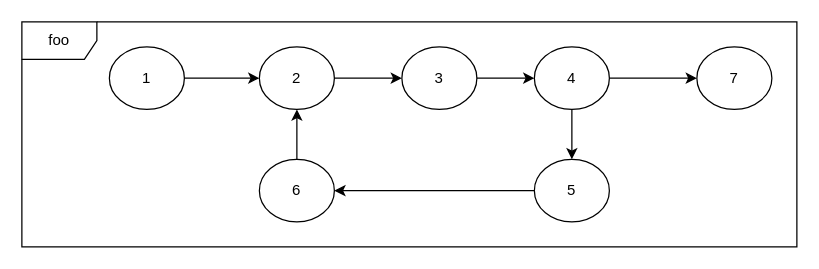
Above: flow_data.drawio in petkapou/DIP_diagrams (draw.io), before the change. Source tidied: cells renumbered, new cells numbered last; positions are measured from the earlier drawing's top-left corner, leaving out a move shared by most shapes. Both pictures are drawn from the tidied source at 125%, with x=0, y=0 at pixel (21, 21).
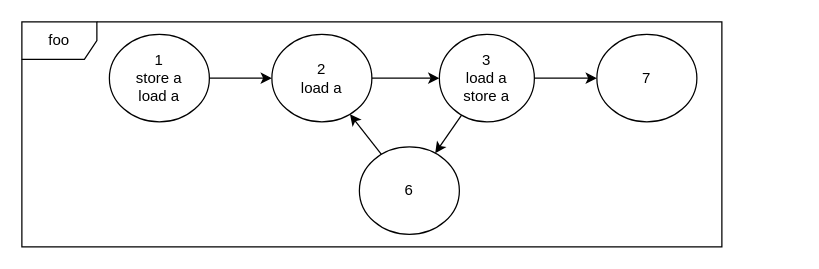
The same diagram, later.

What changed in the source:
```diff
@@
 <mxGraphModel>
   <root>
     <mxCell id="0" />
     <mxCell id="1" parent="0" />
     <mxCell id="2" value="foo" style="shape=umlFrame;whiteSpace=wrap;html=1;" parent="1" vertex="1">
-      <mxGeometry width="620" height="180" as="geometry" />
+      <mxGeometry width="560" height="180" as="geometry" />
     </mxCell>
-    <mxCell id="3" value="1" style="ellipse;whiteSpace=wrap;html=1;" parent="1" vertex="1">
-      <mxGeometry x="70" y="20" width="60" height="50" as="geometry" />
+    <mxCell id="3" value="1&lt;br&gt;store a&lt;br&gt;load a" style="ellipse;whiteSpace=wrap;html=1;" parent="1" vertex="1">
+      <mxGeometry x="70" y="10" width="80" height="70" as="geometry" />
     </mxCell>
     <mxCell id="4" value="6" style="ellipse;whiteSpace=wrap;html=1;" parent="1" vertex="1">
-      <mxGeometry x="190" y="110" width="60" height="50" as="geometry" />
+      <mxGeometry x="270" y="100" width="80" height="70" as="geometry" />
     </mxCell>
-    <mxCell id="5" value="2" style="ellipse;whiteSpace=wrap;html=1;" parent="1" vertex="1">
-      <mxGeometry x="190" y="20" width="60" height="50" as="geometry" />
+    <mxCell id="5" value="2&lt;br&gt;load a" style="ellipse;whiteSpace=wrap;html=1;" parent="1" vertex="1">
+      <mxGeometry x="200" y="10" width="80" height="70" as="geometry" />
     </mxCell>
-    <mxCell id="6" value="4" style="ellipse;whiteSpace=wrap;html=1;" parent="1" vertex="1">
-      <mxGeometry x="410" y="20" width="60" height="50" as="geometry" />
-    </mxCell>
-    <mxCell id="7" value="5" style="ellipse;whiteSpace=wrap;html=1;" parent="1" vertex="1">
-      <mxGeometry x="410" y="110" width="60" height="50" as="geometry" />
-    </mxCell>
     <mxCell id="8" value="7" style="ellipse;whiteSpace=wrap;html=1;" parent="1" vertex="1">
-      <mxGeometry x="540" y="20" width="60" height="50" as="geometry" />
+      <mxGeometry x="460" y="10" width="80" height="70" as="geometry" />
     </mxCell>
-    <mxCell id="9" value="3" style="ellipse;whiteSpace=wrap;html=1;" parent="1" vertex="1">
-      <mxGeometry x="304" y="20" width="60" height="50" as="geometry" />
+    <mxCell id="9" value="3&lt;br&gt;load a&lt;br&gt;store a" style="ellipse;whiteSpace=wrap;html=1;" parent="1" vertex="1">
+      <mxGeometry x="334" y="10" width="76" height="70" as="geometry" />
     </mxCell>
     <mxCell id="10" style="endArrow=classic;html=1;rounded=0;" parent="1" edge="1" source="3" target="5">
       <mxGeometry relative="1" as="geometry" />
     </mxCell>
     <mxCell id="11" style="endArrow=classic;html=1;rounded=0;" parent="1" edge="1" source="5" target="9">
       <mxGeometry relative="1" as="geometry" />
     </mxCell>
     <mxCell id="12" style="endArrow=classic;html=1;rounded=0;" parent="1" edge="1" source="4" target="5">
       <mxGeometry relative="1" as="geometry" />
     </mxCell>
-    <mxCell id="13" style="endArrow=classic;html=1;rounded=0;" parent="1" edge="1" source="6" target="8">
-      <mxGeometry relative="1" as="geometry" />
-    </mxCell>
-    <mxCell id="14" style="endArrow=classic;html=1;rounded=0;" parent="1" edge="1" source="6" target="7">
-      <mxGeometry relative="1" as="geometry" />
-    </mxCell>
-    <mxCell id="15" style="endArrow=classic;html=1;rounded=0;" parent="1" edge="1" source="7" target="4">
+    <mxCell id="15" style="endArrow=classic;html=1;rounded=0;" parent="1" edge="1" source="9" target="4">
       <mxGeometry relative="1" as="geometry" />
     </mxCell>
-    <mxCell id="16" style="endArrow=classic;html=1;rounded=0;" parent="1" edge="1" source="9" target="6">
+    <mxCell id="16" style="endArrow=classic;html=1;rounded=0;" parent="1" edge="1" source="9" target="8">
       <mxGeometry relative="1" as="geometry" />
     </mxCell>
   </root>
 </mxGraphModel>
```
